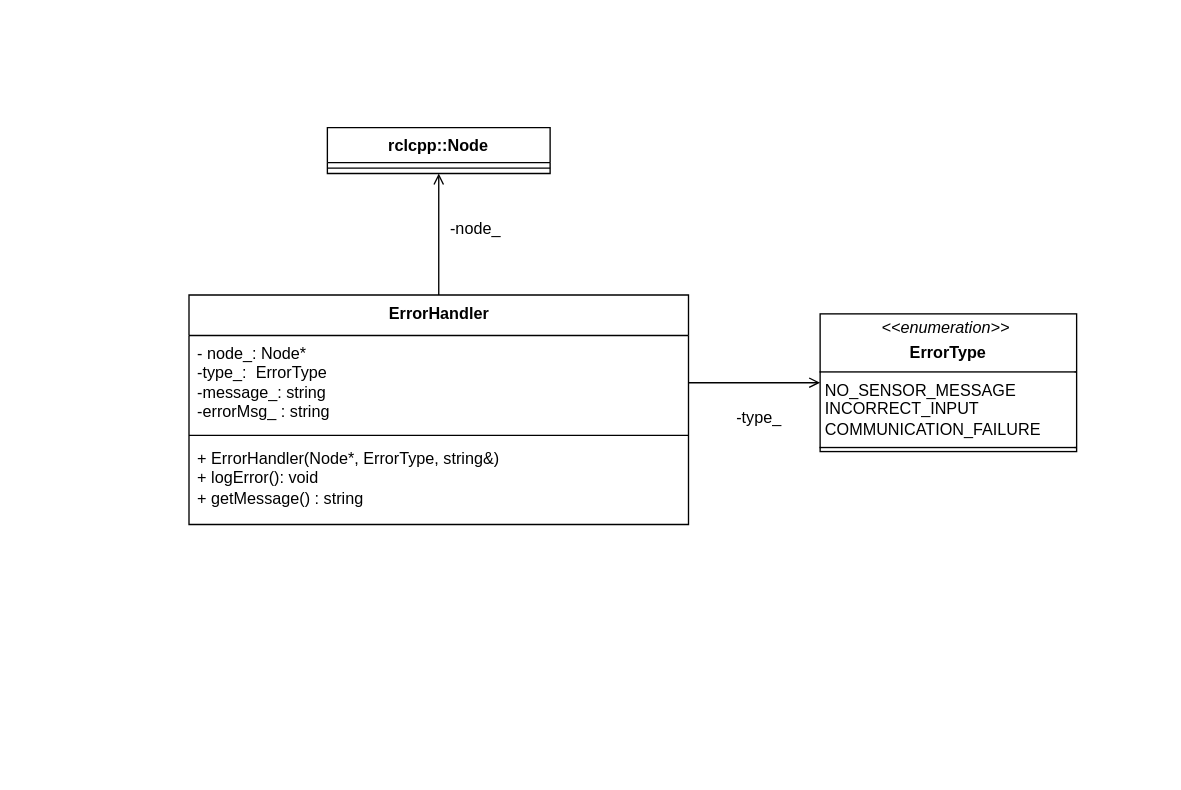
Before: Diagrams/UML/Error UML.drawio in mekuro9/PWAO-CSU, a draw.io diagram. Source tidied: cells renumbered, new cells numbered last; positions are measured from the earlier drawing's top-left corner, leaving out a move shared by most shapes. Both pictures are drawn from the tidied source at 135%, with x=0, y=0 at pixel (188, 127).
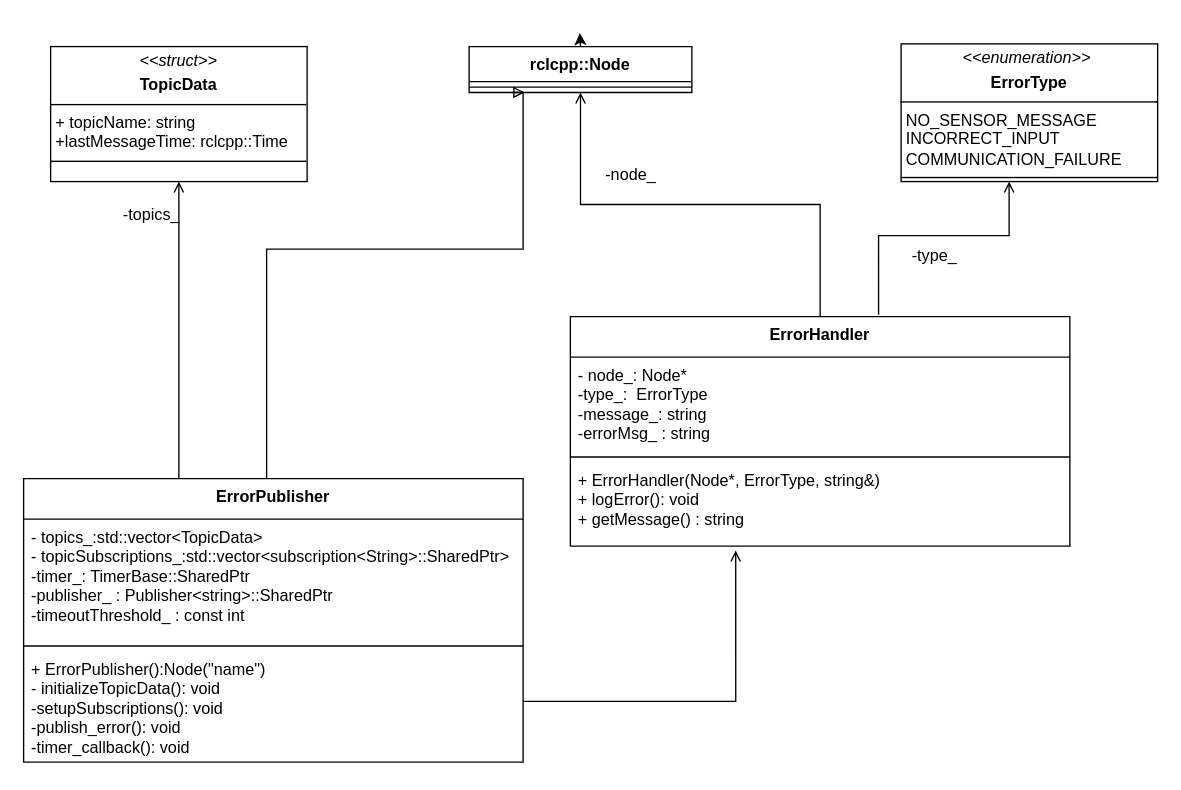
The same diagram, later.

Unchanged cells that the change refers to:
```xml
<mxCell id="6" value="&lt;div&gt;- node_: Node*&lt;/div&gt;&lt;div&gt;-type_:&amp;nbsp; ErrorType&lt;/div&gt;&lt;div&gt;-message_: string&lt;/div&gt;&lt;div&gt;-errorMsg_ : string&lt;br&gt;&lt;/div&gt;" style="text;strokeColor=none;fillColor=none;align=left;verticalAlign=top;spacingLeft=4;spacingRight=4;overflow=hidden;points=[[0,0.5],[1,0.5]];portConstraint=eastwest;whiteSpace=wrap;html=1;" parent="5" vertex="1">
  <mxGeometry y="30" width="370" height="70" as="geometry" />
</mxCell>
<mxCell id="8" value="&lt;div&gt;+ ErrorHandler(Node*, ErrorType, string&amp;amp;)&lt;br&gt;&lt;/div&gt;&lt;div&gt;+ logError(): void&lt;/div&gt;&lt;div&gt;+ getMessage() : string&lt;br&gt;&lt;/div&gt;" style="text;strokeColor=none;fillColor=none;align=left;verticalAlign=top;spacingLeft=4;spacingRight=4;overflow=hidden;points=[[0,0.5],[1,0.5]];portConstraint=eastwest;whiteSpace=wrap;html=1;" parent="5" vertex="1">
  <mxGeometry y="108" width="370" height="62" as="geometry" />
</mxCell>
```

Diff of the diagram source:
```diff
@@
+    <mxCell id="13" style="edgeStyle=orthogonalEdgeStyle;rounded=0;jettySize=auto;html=1;exitX=0.5;exitY=0;exitDx=0;exitDy=0;" parent="1" edge="1" source="2">
+      <mxGeometry relative="1" as="geometry">
+        <mxPoint x="290" y="-70" as="targetPoint" />
+      </mxGeometry>
+    </mxCell>
     <mxCell id="2" value="rclcpp::Node" style="swimlane;fontStyle=1;align=center;verticalAlign=top;horizontal=1;startSize=26;whiteSpace=wrap;html=1;" parent="1" vertex="1">
-      <mxGeometry x="103" width="165" height="34" as="geometry" />
+      <mxGeometry x="208" y="-60" width="165" height="34" as="geometry" />
     </mxCell>
@@
     <mxCell id="5" value="ErrorHandler" style="swimlane;fontStyle=1;align=center;verticalAlign=top;horizontal=1;startSize=30;whiteSpace=wrap;html=1;" parent="1" vertex="1">
-      <mxGeometry x="0.5" y="124" width="370" height="170" as="geometry" />
+      <mxGeometry x="283" y="140" width="370" height="170" as="geometry" />
     </mxCell>
@@
-    <mxCell id="9" style="edgeStyle=orthogonalEdgeStyle;rounded=0;jettySize=auto;html=1;endArrow=open;endFill=0;entryX=0;entryY=0.5;entryDx=0;entryDy=0;" parent="1" edge="1" source="6" target="11">
-      <mxGeometry relative="1" as="geometry" />
+    <mxCell id="9" style="edgeStyle=orthogonalEdgeStyle;rounded=0;jettySize=auto;html=1;endArrow=open;endFill=0;exitX=0.617;exitY=-0.008;exitDx=0;exitDy=0;exitPerimeter=0;" parent="1" edge="1" source="5">
+      <mxGeometry relative="1" as="geometry">
+        <mxPoint x="608" y="40" as="targetPoint" />
+        <Array as="points">
+          <mxPoint x="511" y="80" />
+          <mxPoint x="608" y="80" />
+        </Array>
+      </mxGeometry>
     </mxCell>
     <mxCell id="10" value="-type_" style="text;html=1;align=center;verticalAlign=middle;whiteSpace=wrap;rounded=0;" parent="1" vertex="1">
-      <mxGeometry x="378" y="200" width="90" height="30" as="geometry" />
+      <mxGeometry x="508" y="80" width="90" height="30" as="geometry" />
     </mxCell>
     <mxCell id="11" value="&lt;p style=&quot;margin:0px;margin-top:4px;text-align:center;&quot;&gt;&lt;i&gt;&amp;lt;&amp;lt;enumeration&amp;gt;&amp;gt;&lt;/i&gt;&lt;b&gt;&amp;nbsp;&lt;/b&gt;&lt;/p&gt;&lt;p style=&quot;margin:0px;margin-top:4px;text-align:center;&quot;&gt;&lt;b&gt;ErrorType&lt;/b&gt;&lt;br&gt;&lt;/p&gt;&lt;hr size=&quot;1&quot; style=&quot;border-style:solid;&quot;&gt;&lt;p style=&quot;margin:0px;margin-left:4px;&quot;&gt;NO_SENSOR_MESSAGE&lt;/p&gt;&lt;p style=&quot;margin:0px;margin-left:4px;&quot;&gt;INCORRECT_INPUT&lt;/p&gt;&lt;p style=&quot;margin:0px;margin-left:4px;&quot;&gt;COMMUNICATION_FAILURE&lt;br&gt;&lt;/p&gt;&lt;hr size=&quot;1&quot; style=&quot;border-style:solid;&quot;&gt;" style="verticalAlign=top;align=left;overflow=fill;html=1;whiteSpace=wrap;" parent="1" vertex="1">
-      <mxGeometry x="468" y="138" width="190" height="102" as="geometry" />
+      <mxGeometry x="528" y="-62" width="190" height="102" as="geometry" />
     </mxCell>
     <mxCell id="12" value="-node_" style="text;html=1;align=center;verticalAlign=middle;whiteSpace=wrap;rounded=0;" parent="1" vertex="1">
-      <mxGeometry x="168" y="60" width="90" height="30" as="geometry" />
+      <mxGeometry x="283" y="20" width="90" height="30" as="geometry" />
     </mxCell>
+    <mxCell id="14" style="edgeStyle=orthogonalEdgeStyle;rounded=0;jettySize=auto;html=1;entryX=0.25;entryY=1;entryDx=0;entryDy=0;endArrow=block;endFill=0;" parent="1" edge="1" source="16" target="2">
+      <mxGeometry relative="1" as="geometry">
+        <Array as="points">
+          <mxPoint x="58" y="90" />
+          <mxPoint x="248" y="90" />
+          <mxPoint x="248" y="-26" />
+        </Array>
+      </mxGeometry>
+    </mxCell>
+    <mxCell id="15" style="edgeStyle=orthogonalEdgeStyle;rounded=0;jettySize=auto;html=1;entryX=0.5;entryY=1;entryDx=0;entryDy=0;endArrow=open;endFill=0;" parent="1" edge="1" source="16" target="20">
+      <mxGeometry relative="1" as="geometry">
+        <Array as="points">
+          <mxPoint x="-7" y="110" />
+          <mxPoint x="-7" y="110" />
+        </Array>
+      </mxGeometry>
+    </mxCell>
+    <mxCell id="16" value="ErrorPublisher" style="swimlane;fontStyle=1;align=center;verticalAlign=top;horizontal=1;startSize=30;whiteSpace=wrap;html=1;" parent="1" vertex="1">
+      <mxGeometry x="-122" y="260" width="370" height="210" as="geometry" />
+    </mxCell>
+    <mxCell id="17" value="&lt;div&gt;- topics_:std::vector&amp;lt;TopicData&amp;gt;&lt;br&gt;&lt;/div&gt;- topicSubscriptions_:std::vector&amp;lt;subscription&amp;lt;String&amp;gt;::SharedPtr&amp;gt;&lt;br&gt;&lt;div&gt;-timer_: TimerBase::SharedPtr&lt;br&gt;&lt;/div&gt;&lt;div&gt;-publisher_ : Publisher&amp;lt;string&amp;gt;::SharedPtr&lt;/div&gt;&lt;div&gt;-timeoutThreshold_ : const int&lt;br&gt;&lt;/div&gt;" style="text;strokeColor=none;fillColor=none;align=left;verticalAlign=top;spacingLeft=4;spacingRight=4;overflow=hidden;whiteSpace=wrap;html=1;" parent="16" vertex="1">
+      <mxGeometry y="30" width="370" height="90" as="geometry" />
+    </mxCell>
+    <mxCell id="18" style="line;strokeWidth=1;fillColor=none;align=left;verticalAlign=middle;spacingTop=-1;spacingLeft=3;spacingRight=3;labelPosition=right;strokeColor=inherit;" parent="16" vertex="1">
+      <mxGeometry y="120" width="370" height="8" as="geometry" />
+    </mxCell>
+    <mxCell id="19" value="&lt;div&gt;+ ErrorPublisher():Node(&quot;name&quot;)&lt;br&gt;&lt;/div&gt;&lt;div&gt;- initializeTopicData(): void&lt;br&gt;&lt;/div&gt;&lt;div&gt;-setupSubscriptions(): void&lt;br&gt;&lt;/div&gt;&lt;div&gt;-publish_error(): void&lt;/div&gt;&lt;div&gt;-timer_callback(): void&lt;br&gt;&lt;/div&gt;" style="text;strokeColor=none;fillColor=none;align=left;verticalAlign=top;spacingLeft=4;spacingRight=4;overflow=hidden;whiteSpace=wrap;html=1;" parent="16" vertex="1">
+      <mxGeometry y="128" width="370" height="82" as="geometry" />
+    </mxCell>
+    <mxCell id="20" value="&lt;p style=&quot;margin:0px;margin-top:4px;text-align:center;&quot;&gt;&lt;i&gt;&amp;lt;&amp;lt;struct&amp;gt;&amp;gt;&lt;/i&gt;&lt;b&gt;&lt;br&gt;&lt;/b&gt;&lt;/p&gt;&lt;p style=&quot;margin:0px;margin-top:4px;text-align:center;&quot;&gt;&lt;b&gt;TopicData&lt;/b&gt;&lt;br&gt;&lt;/p&gt;&lt;hr size=&quot;1&quot; style=&quot;border-style:solid;&quot;&gt;&lt;p style=&quot;margin:0px;margin-left:4px;&quot;&gt;+ topicName: string&lt;/p&gt;&lt;p style=&quot;margin:0px;margin-left:4px;&quot;&gt;+lastMessageTime: rclcpp::Time&lt;br&gt;&lt;/p&gt;&lt;hr size=&quot;1&quot; style=&quot;border-style:solid;&quot;&gt;" style="verticalAlign=top;align=left;overflow=fill;html=1;whiteSpace=wrap;" parent="1" vertex="1">
+      <mxGeometry x="-102" y="-60" width="190" height="100" as="geometry" />
+    </mxCell>
+    <mxCell id="21" value="-topics_" style="text;html=1;align=center;verticalAlign=middle;whiteSpace=wrap;rounded=0;" parent="1" vertex="1">
+      <mxGeometry x="-72" y="50" width="90" height="30" as="geometry" />
+    </mxCell>
+    <mxCell id="22" style="edgeStyle=orthogonalEdgeStyle;rounded=0;jettySize=auto;html=1;endArrow=open;endFill=0;entryX=0.331;entryY=1.054;entryDx=0;entryDy=0;entryPerimeter=0;" parent="1" edge="1" source="16" target="8">
+      <mxGeometry relative="1" as="geometry">
+        <Array as="points">
+          <mxPoint x="405" y="425" />
+        </Array>
+      </mxGeometry>
+    </mxCell>
```
